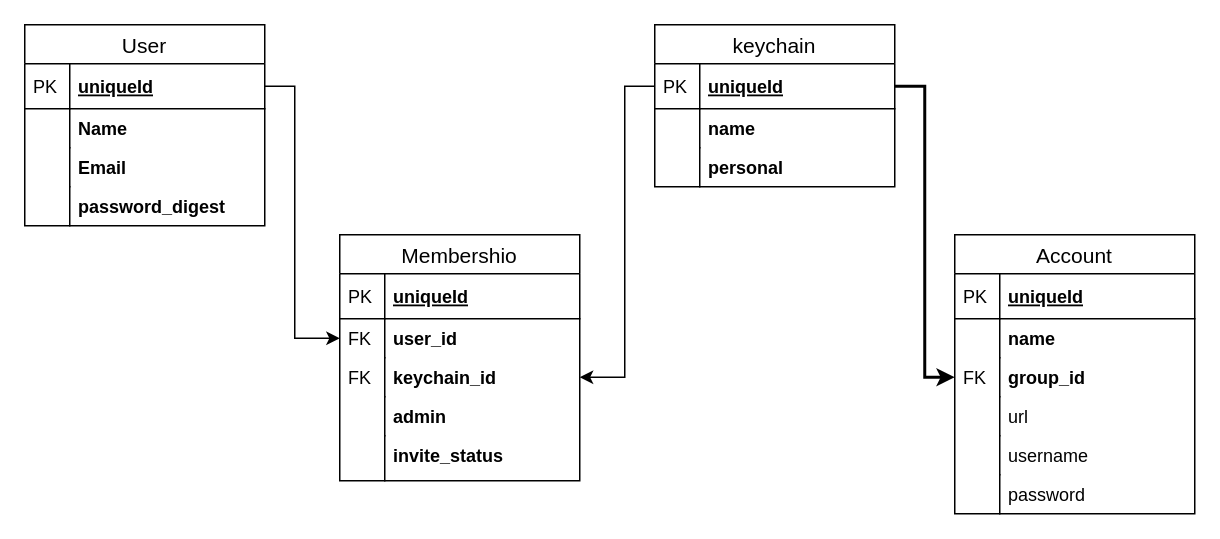
The draw.io diagram Rails_project.drawio in Anthonyntilelli/toy_password_manager, before the edit. Source tidied: cells renumbered, new cells numbered last; positions are measured from the earlier drawing's top-left corner, leaving out a move shared by most shapes. Both pictures are drawn from the tidied source at 150%, with x=0, y=0 at pixel (24, 24).
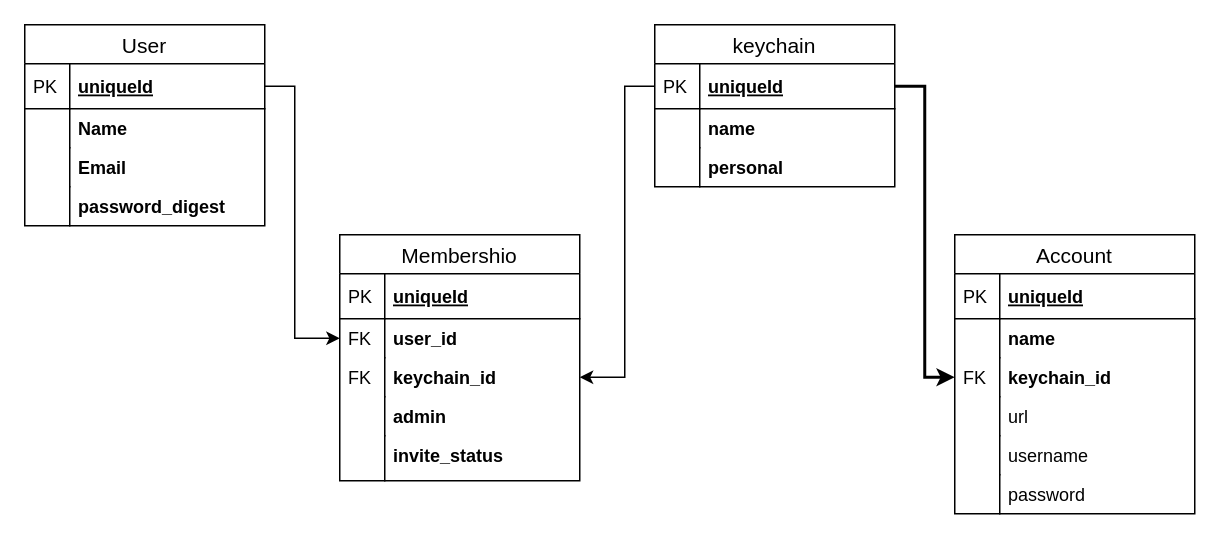
After the change.

The change refers to these unchanged cells:
```xml
<mxCell id="32" value="Account" style="swimlane;fontStyle=0;horizontal=1;startSize=26;align=center;fontSize=14;" parent="1" vertex="1">
  <mxGeometry x="620" y="140" width="160" height="186" as="geometry" />
</mxCell>
```

The edit, as a diff of the source:
```diff
@@
-    <mxCell id="37" value="group_id" style="shape=partialRectangle;top=0;left=0;right=0;bottom=0;align=left;verticalAlign=top;fillColor=none;spacingLeft=34;spacingRight=4;overflow=hidden;points=[[0,0.5],[1,0.5]];portConstraint=eastwest;fontSize=12;fontStyle=1;" parent="32" vertex="1">
+    <mxCell id="37" value="keychain_id" style="shape=partialRectangle;top=0;left=0;right=0;bottom=0;align=left;verticalAlign=top;fillColor=none;spacingLeft=34;spacingRight=4;overflow=hidden;points=[[0,0.5],[1,0.5]];portConstraint=eastwest;fontSize=12;fontStyle=1;" parent="32" vertex="1">
       <mxGeometry y="82" width="160" height="26" as="geometry" />
     </mxCell>
```
